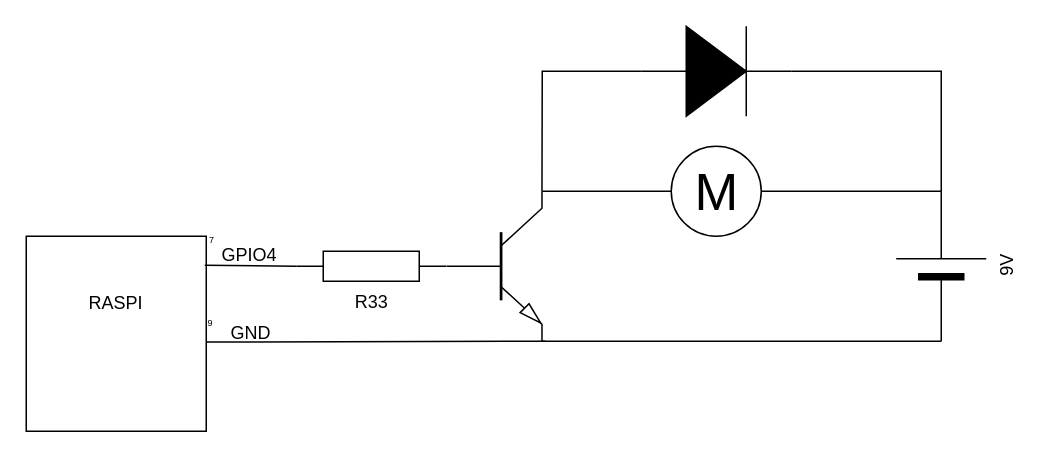
The draw.io diagram Motor schaltung.drawio in luctrott/phy_Project1, before the edit. Source tidied: cells renumbered, new cells numbered last; positions are measured from the earlier drawing's top-left corner, leaving out a move shared by most shapes. Both pictures are drawn from the tidied source at 150%, with x=0, y=0 at pixel (26, 26).
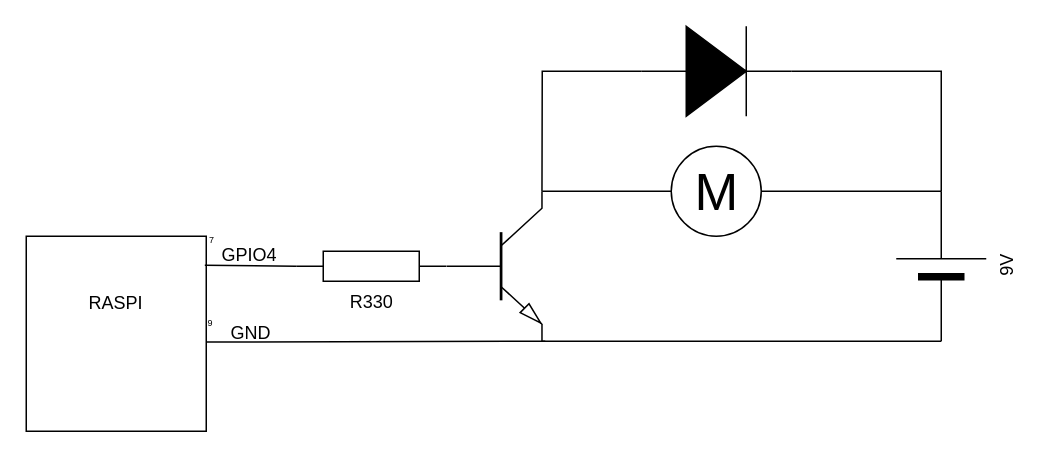
The same page after the edit.

Change to the diagram source:
```diff
@@
-    <mxCell id="3" value="R33" style="verticalLabelPosition=bottom;shadow=0;dashed=0;align=center;html=1;verticalAlign=top;shape=mxgraph.electrical.resistors.resistor_1;" parent="1" vertex="1">
+    <mxCell id="3" value="R330" style="verticalLabelPosition=bottom;shadow=0;dashed=0;align=center;html=1;verticalAlign=top;shape=mxgraph.electrical.resistors.resistor_1;" parent="1" vertex="1">
       <mxGeometry x="180" y="150" width="100" height="20" as="geometry" />
     </mxCell>
```
